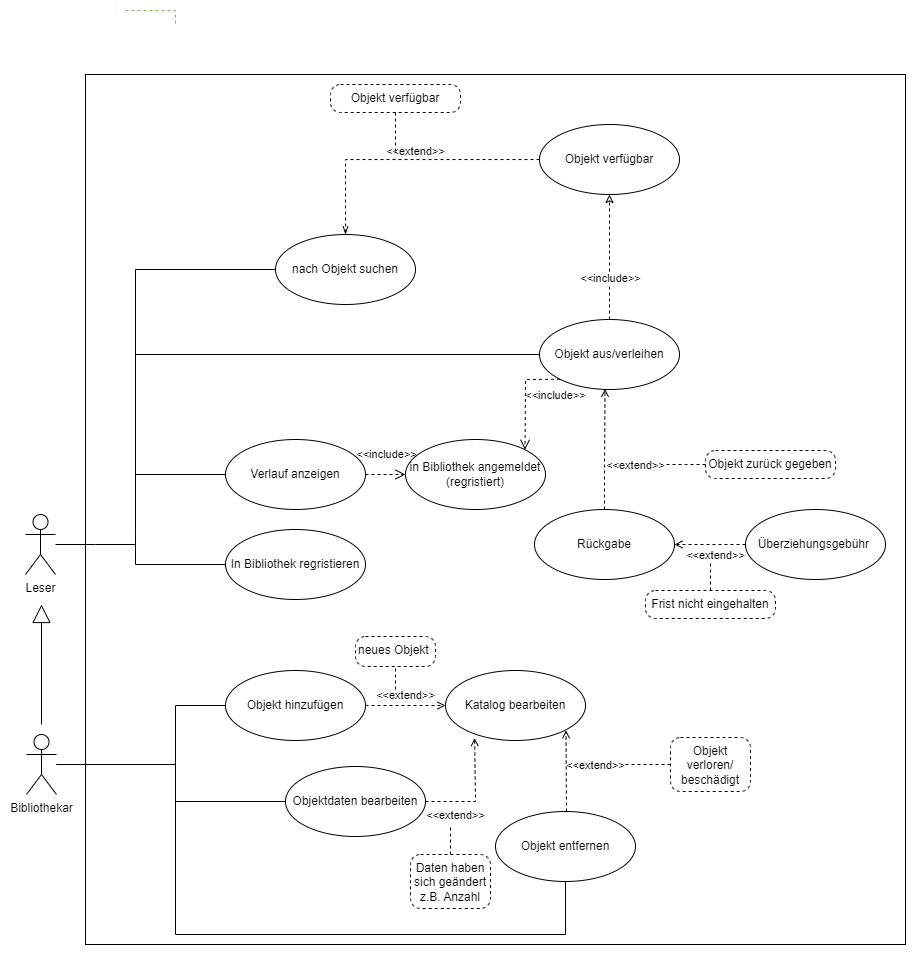
sol-hatebad/buechereiverwaltung keeps this draw.io diagram as use-case_library.png. Above is the earlier version. Source tidied: cells renumbered, new cells last; positions are measured from the earlier drawing's top-left corner, leaving out a move shared by most shapes.
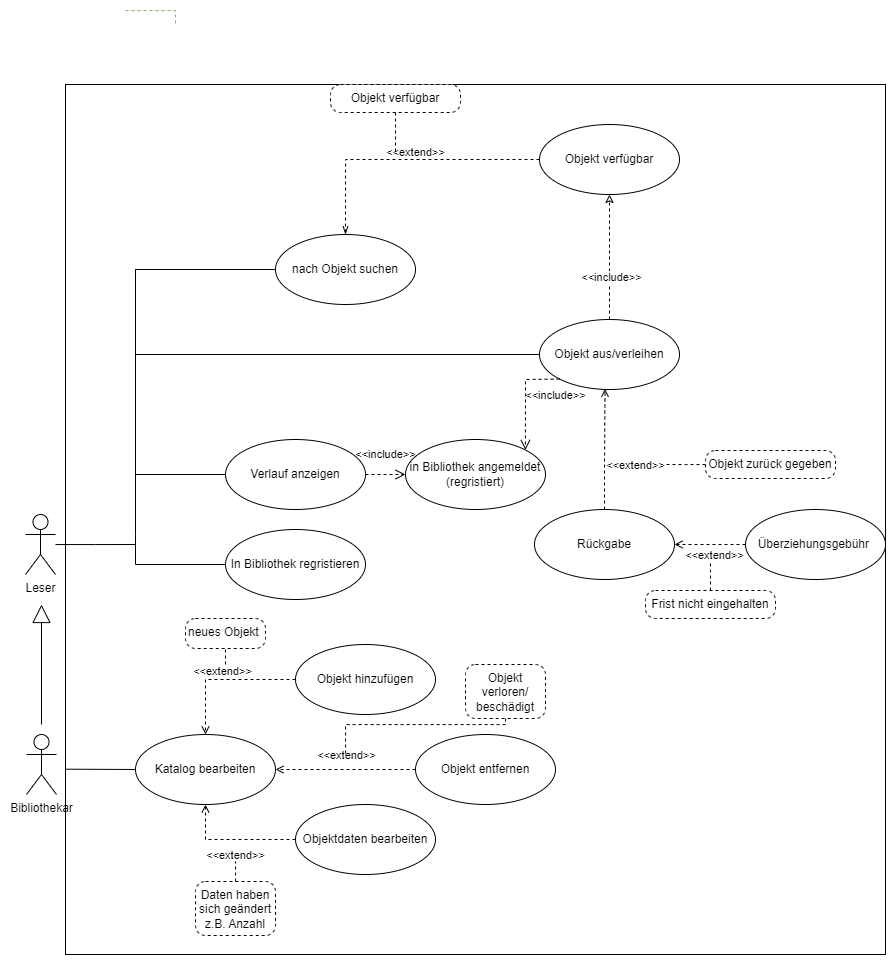
After the change.

The edit, as a diff of the source:
```diff
@@ -3,7 +3,7 @@
     <mxCell id="0" />
     <mxCell id="1" parent="0" />
     <mxCell id="2" style="rounded=0;whiteSpace=wrap;html=1;" parent="1" vertex="1">
-      <mxGeometry x="60" y="64" width="820" height="870" as="geometry" />
+      <mxGeometry x="40" y="74" width="820" height="870" as="geometry" />
     </mxCell>
     <mxCell id="3" style="edgeStyle=orthogonalEdgeStyle;jettySize=auto;html=1;endArrow=none;endFill=0;rounded=0;strokeColor=default;" parent="1" edge="1" source="4">
       <mxGeometry relative="1" as="geometry">
@@ -13,22 +13,6 @@
     <mxCell id="4" value="Leser" style="shape=umlActor;verticalLabelPosition=bottom;verticalAlign=top;html=1;" parent="1" vertex="1">
       <mxGeometry y="504" width="30" height="60" as="geometry" />
     </mxCell>
-    <mxCell id="5" style="edgeStyle=orthogonalEdgeStyle;rounded=0;jettySize=auto;html=1;entryX=0;entryY=0.5;entryDx=0;entryDy=0;endArrow=none;endFill=0;" parent="1" edge="1" source="7" target="39">
-      <mxGeometry relative="1" as="geometry">
-        <Array as="points">
-          <mxPoint x="150" y="754" />
-          <mxPoint x="150" y="695" />
-        </Array>
-      </mxGeometry>
-    </mxCell>
-    <mxCell id="6" style="edgeStyle=orthogonalEdgeStyle;rounded=0;jettySize=auto;html=1;entryX=0;entryY=0.5;entryDx=0;entryDy=0;endArrow=none;endFill=0;" parent="1" edge="1" source="7" target="36">
-      <mxGeometry relative="1" as="geometry">
-        <Array as="points">
-          <mxPoint x="150" y="754" />
-          <mxPoint x="150" y="791" />
-        </Array>
-      </mxGeometry>
-    </mxCell>
     <mxCell id="7" value="Bibliothekar" style="shape=umlActor;verticalLabelPosition=bottom;verticalAlign=top;html=1;" parent="1" vertex="1">
       <mxGeometry x="1" y="724" width="30" height="60" as="geometry" />
     </mxCell>
@@ -157,75 +141,71 @@
       </mxGeometry>
     </mxCell>
     <mxCell id="35" value="Katalog bearbeiten" style="ellipse;whiteSpace=wrap;html=1;" parent="1" vertex="1">
-      <mxGeometry x="420" y="660" width="140" height="70" as="geometry" />
+      <mxGeometry x="110" y="724" width="140" height="70" as="geometry" />
     </mxCell>
     <mxCell id="36" value="Objektdaten&amp;nbsp;bearbeiten" style="ellipse;whiteSpace=wrap;html=1;" parent="1" vertex="1">
-      <mxGeometry x="260" y="756" width="140" height="70" as="geometry" />
+      <mxGeometry x="270" y="794" width="140" height="70" as="geometry" />
     </mxCell>
-    <mxCell id="37" style="edgeStyle=orthogonalEdgeStyle;rounded=0;jettySize=auto;html=1;endArrow=none;endFill=0;" parent="1" edge="1" source="38">
-      <mxGeometry relative="1" as="geometry">
-        <mxPoint x="60" y="754" as="targetPoint" />
-        <Array as="points">
-          <mxPoint x="540" y="924" />
-          <mxPoint x="150" y="924" />
-          <mxPoint x="150" y="754" />
-        </Array>
-      </mxGeometry>
-    </mxCell>
     <mxCell id="38" value="Objekt&amp;nbsp;entfernen" style="ellipse;whiteSpace=wrap;html=1;" parent="1" vertex="1">
-      <mxGeometry x="470" y="801" width="140" height="70" as="geometry" />
+      <mxGeometry x="390" y="724" width="140" height="70" as="geometry" />
     </mxCell>
     <mxCell id="39" value="Objekt hinzufügen" style="ellipse;whiteSpace=wrap;html=1;" parent="1" vertex="1">
-      <mxGeometry x="200" y="660" width="140" height="70" as="geometry" />
+      <mxGeometry x="270" y="634" width="140" height="70" as="geometry" />
     </mxCell>
-    <mxCell id="40" value="&amp;lt;&amp;lt;extend&amp;gt;&amp;gt;" style="endArrow=open;html=1;rounded=0;align=center;verticalAlign=bottom;dashed=1;endFill=0;labelBackgroundColor=none;entryX=1;entryY=1;entryDx=0;entryDy=0;exitX=0.5;exitY=0;exitDx=0;exitDy=0;" parent="1" edge="1">
-      <mxGeometry x="-0.09" y="-29" relative="1" as="geometry">
-        <mxPoint x="541" y="801" as="sourcePoint" />
-        <mxPoint x="540.5" y="719.7" as="targetPoint" />
-      </mxGeometry>
+    <mxCell id="40" value="&amp;lt;&amp;lt;extend&amp;gt;&amp;gt;" style="endArrow=open;html=1;rounded=0;align=center;verticalAlign=bottom;dashed=1;endFill=0;labelBackgroundColor=none;entryX=1;entryY=0.5;entryDx=0;entryDy=0;exitX=0;exitY=0.5;exitDx=0;exitDy=0;" parent="1" edge="1" source="38" target="35">
+      <mxGeometry y="-5" relative="1" as="geometry" />
     </mxCell>
     <mxCell id="41" style="html=1;align=center;verticalAlign=top;labelBackgroundColor=none;" parent="40" vertex="1">
       <mxGeometry relative="1" as="geometry" />
     </mxCell>
-    <mxCell id="42" value="&amp;lt;&amp;lt;extend&amp;gt;&amp;gt;" style="endArrow=open;html=1;rounded=0;align=center;verticalAlign=bottom;dashed=1;endFill=0;labelBackgroundColor=none;entryX=0.208;entryY=0.964;entryDx=0;entryDy=0;exitX=1;exitY=0.5;exitDx=0;exitDy=0;entryPerimeter=0;" parent="1" edge="1" source="36" target="35">
-      <mxGeometry x="-0.47" y="-23" relative="1" as="geometry">
+    <mxCell id="42" value="&amp;lt;&amp;lt;extend&amp;gt;&amp;gt;" style="endArrow=open;html=1;rounded=0;align=center;verticalAlign=bottom;dashed=1;endFill=0;labelBackgroundColor=none;entryX=0.5;entryY=1;entryDx=0;entryDy=0;exitX=0;exitY=0.5;exitDx=0;exitDy=0;" parent="1" edge="1" source="36" target="35">
+      <mxGeometry x="-0.04" y="25" relative="1" as="geometry">
         <Array as="points">
-          <mxPoint x="450" y="791" />
+          <mxPoint x="180" y="829" />
         </Array>
       </mxGeometry>
     </mxCell>
     <mxCell id="43" style="html=1;align=center;verticalAlign=top;labelBackgroundColor=none;" parent="42" vertex="1">
       <mxGeometry relative="1" as="geometry" />
     </mxCell>
-    <mxCell id="44" value="&amp;lt;&amp;lt;extend&amp;gt;&amp;gt;" style="endArrow=open;html=1;rounded=0;align=center;verticalAlign=bottom;dashed=1;endFill=0;labelBackgroundColor=none;exitX=1;exitY=0.5;exitDx=0;exitDy=0;entryX=0;entryY=0.5;entryDx=0;entryDy=0;" parent="1" edge="1" source="39" target="35">
-      <mxGeometry y="1" relative="1" as="geometry" />
+    <mxCell id="44" value="&amp;lt;&amp;lt;extend&amp;gt;&amp;gt;" style="endArrow=open;html=1;rounded=0;align=center;verticalAlign=bottom;dashed=1;endFill=0;labelBackgroundColor=none;exitX=0;exitY=0.5;exitDx=0;exitDy=0;entryX=0.5;entryY=0;entryDx=0;entryDy=0;" parent="1" edge="1" source="39" target="35">
+      <mxGeometry y="1" relative="1" as="geometry">
+        <Array as="points">
+          <mxPoint x="180" y="669" />
+        </Array>
+      </mxGeometry>
     </mxCell>
     <mxCell id="45" style="html=1;align=center;verticalAlign=top;labelBackgroundColor=none;" parent="44" vertex="1">
       <mxGeometry relative="1" as="geometry" />
     </mxCell>
     <mxCell id="46" value="neues Objekt&amp;nbsp;" style="html=1;align=center;verticalAlign=top;rounded=1;absoluteArcSize=1;arcSize=20;dashed=1;whiteSpace=wrap;" parent="1" vertex="1">
-      <mxGeometry x="330" y="626" width="80" height="30" as="geometry" />
+      <mxGeometry x="160" y="608" width="80" height="30" as="geometry" />
     </mxCell>
     <mxCell id="47" style="endArrow=none;dashed=1;html=1;rounded=0;entryX=0.5;entryY=1;entryDx=0;entryDy=0;" parent="1" edge="1" target="46">
       <mxGeometry relative="1" as="geometry">
-        <mxPoint x="370" y="679" as="sourcePoint" />
+        <mxPoint x="200" y="654" as="sourcePoint" />
       </mxGeometry>
     </mxCell>
     <mxCell id="48" style="edgeStyle=orthogonalEdgeStyle;rounded=0;jettySize=auto;html=1;endArrow=none;endFill=0;dashed=1;" parent="1" edge="1" source="49">
       <mxGeometry relative="1" as="geometry">
-        <mxPoint x="425" y="814" as="targetPoint" />
+        <mxPoint x="210" y="852" as="targetPoint" />
       </mxGeometry>
     </mxCell>
     <mxCell id="49" value="Daten haben sich geändert&lt;br&gt;z.B. Anzahl" style="html=1;align=center;verticalAlign=top;rounded=1;absoluteArcSize=1;arcSize=20;dashed=1;whiteSpace=wrap;" parent="1" vertex="1">
-      <mxGeometry x="385" y="844" width="80" height="54" as="geometry" />
+      <mxGeometry x="170" y="871" width="80" height="54" as="geometry" />
     </mxCell>
-    <mxCell id="50" style="edgeStyle=orthogonalEdgeStyle;rounded=0;jettySize=auto;html=1;endArrow=none;endFill=0;dashed=1;" parent="1" edge="1" source="51">
-      <mxGeometry relative="1" as="geometry">
-        <mxPoint x="600" y="754" as="targetPoint" />
-      </mxGeometry>
-    </mxCell>
+    <mxCell id="55" style="edgeStyle=orthogonalEdgeStyle;rounded=0;jettySize=auto;html=1;dashed=1;endArrow=none;endFill=0;" parent="1" edge="1" source="51">
+      <mxGeometry relative="1" as="geometry">
+        <mxPoint x="320" y="744" as="targetPoint" />
+        <Array as="points">
+          <mxPoint x="480" y="714" />
+          <mxPoint x="320" y="714" />
+          <mxPoint x="320" y="744" />
+        </Array>
+      </mxGeometry>
+    </mxCell>
     <mxCell id="51" value="Objekt verloren/ beschädigt" style="html=1;align=center;verticalAlign=top;rounded=1;absoluteArcSize=1;arcSize=20;dashed=1;whiteSpace=wrap;" parent="1" vertex="1">
-      <mxGeometry x="645" y="727" width="80" height="54" as="geometry" />
+      <mxGeometry x="440" y="654" width="80" height="54" as="geometry" />
     </mxCell>
     <mxCell id="52" style="endArrow=block;endSize=16;endFill=0;html=1;rounded=0;" parent="1" edge="1">
       <mxGeometry relative="1" as="geometry">
@@ -241,5 +221,11 @@
     <mxCell id="54" value="Objekt verfügbar" style="html=1;align=center;verticalAlign=top;rounded=1;absoluteArcSize=1;arcSize=20;dashed=1;whiteSpace=wrap;" parent="1" vertex="1">
       <mxGeometry x="305" y="74" width="130" height="28" as="geometry" />
     </mxCell>
+    <mxCell id="56" style="endArrow=none;html=1;rounded=0;entryX=0;entryY=0.5;entryDx=0;entryDy=0;exitX=0;exitY=0.787;exitDx=0;exitDy=0;exitPerimeter=0;" parent="1" edge="1">
+      <mxGeometry relative="1" as="geometry">
+        <mxPoint x="40" y="758.7" as="sourcePoint" />
+        <mxPoint x="110" y="759" as="targetPoint" />
+      </mxGeometry>
+    </mxCell>
   </root>
 </mxGraphModel>
```
